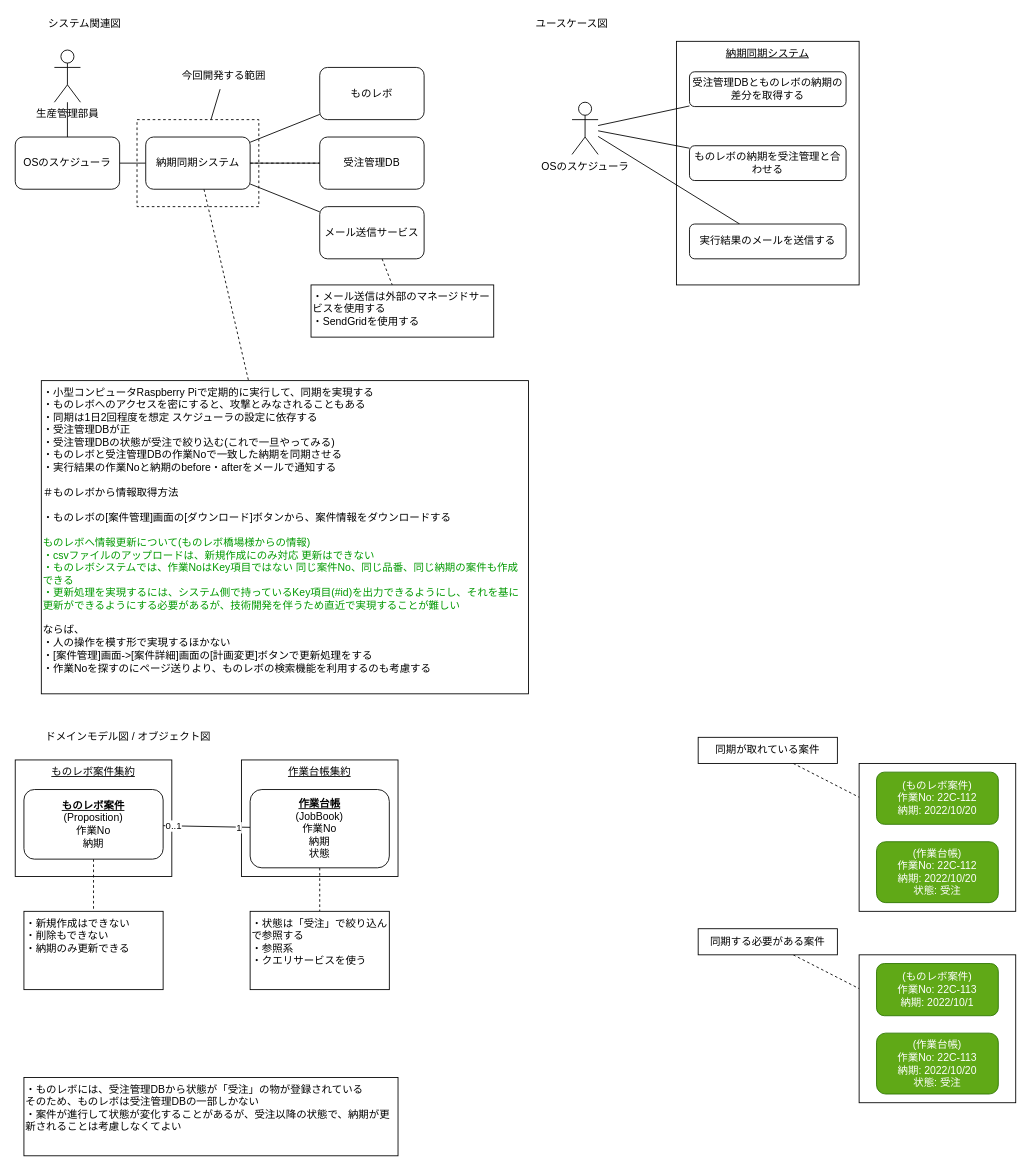
Before: Diagrams/sudoDiagram.drawio in Matazoro-Kemtari/SynchronizeMonorevoDeliveryDates, a draw.io diagram. Source tidied: cells renumbered, new cells numbered last; positions are measured from the earlier drawing's top-left corner, leaving out a move shared by most shapes. Both pictures are drawn from the tidied source at 87%, with x=0, y=0 at pixel (15, 15).
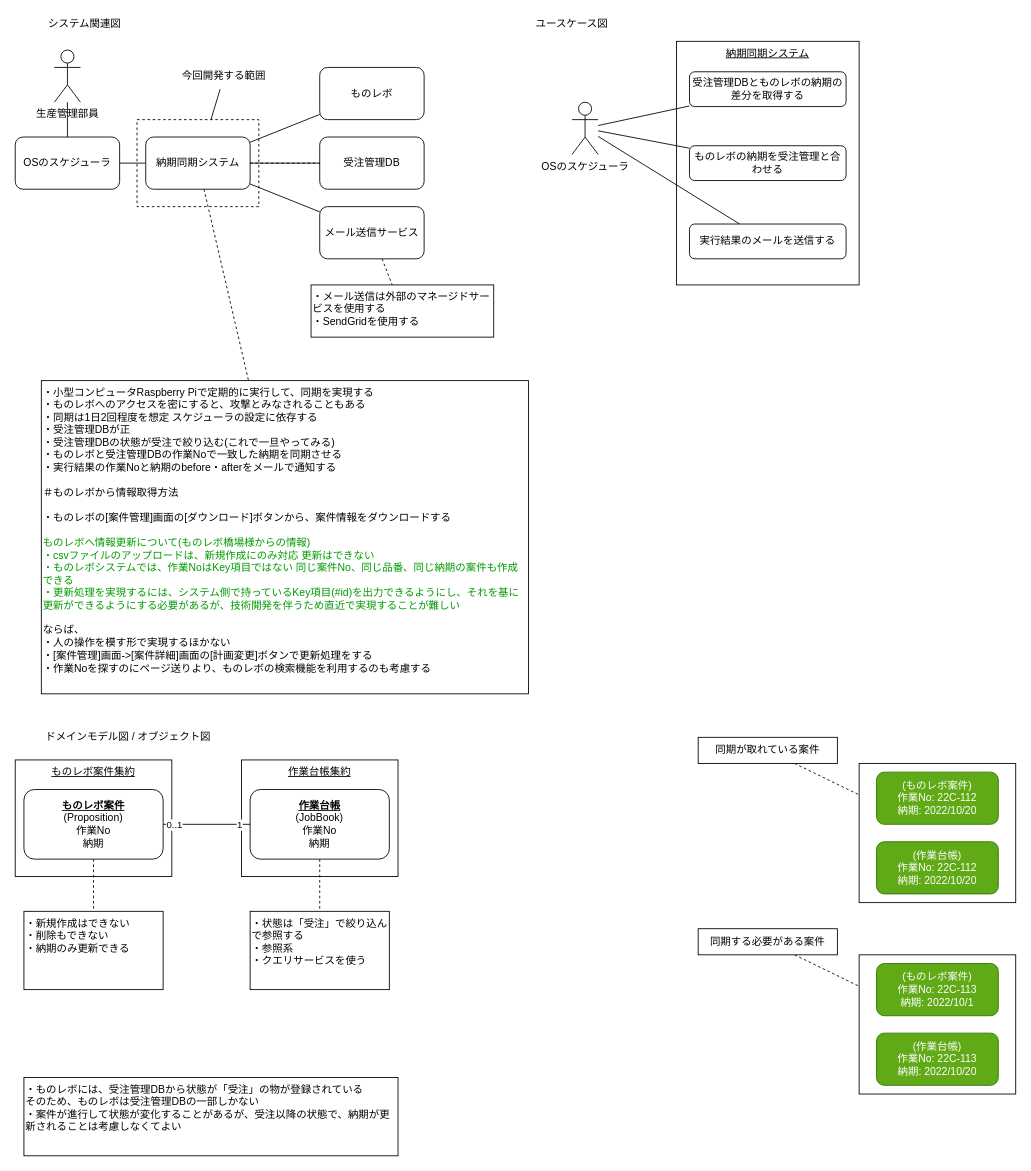
Above is the later version.

Change to the diagram source:
```diff
@@
     <mxCell id="4" style="rounded=0;whiteSpace=wrap;html=1;fontColor=#009900;" parent="1" vertex="1">
-      <mxGeometry x="970" y="860" width="180" height="170" as="geometry" />
+      <mxGeometry x="970" y="860" width="180" height="160" as="geometry" />
     </mxCell>
@@
-    <mxCell id="26" value="(作業台帳)&lt;br&gt;作業No: 22C-112&lt;br&gt;納期: 2022/10/20&lt;br&gt;状態: 受注" style="rounded=1;whiteSpace=wrap;html=1;verticalAlign=middle;align=center;fillColor=#60a917;strokeColor=#2D7600;fontColor=#ffffff;" parent="1" vertex="1">
-      <mxGeometry x="990" y="950" width="140" height="70" as="geometry" />
+    <mxCell id="26" value="(作業台帳)&lt;br&gt;作業No: 22C-112&lt;br&gt;納期: 2022/10/20" style="rounded=1;whiteSpace=wrap;html=1;verticalAlign=middle;align=center;fillColor=#60a917;strokeColor=#2D7600;fontColor=#ffffff;" parent="1" vertex="1">
+      <mxGeometry x="990" y="950" width="140" height="60" as="geometry" />
     </mxCell>
@@
-    <mxCell id="43" value="&lt;u&gt;&lt;b&gt;作業台帳&lt;br&gt;&lt;/b&gt;&lt;/u&gt;(JobBook)&lt;br&gt;作業No&lt;br&gt;納期&lt;br&gt;状態" style="rounded=1;whiteSpace=wrap;html=1;verticalAlign=middle;align=center;" parent="1" vertex="1">
-      <mxGeometry x="270" y="890" width="160" height="90" as="geometry" />
+    <mxCell id="43" value="&lt;u&gt;&lt;b&gt;作業台帳&lt;br&gt;&lt;/b&gt;&lt;/u&gt;(JobBook)&lt;br&gt;作業No&lt;br&gt;納期" style="rounded=1;whiteSpace=wrap;html=1;verticalAlign=middle;align=center;" parent="1" vertex="1">
+      <mxGeometry x="270" y="890" width="160" height="80" as="geometry" />
     </mxCell>
@@
     <mxCell id="46" style="rounded=0;whiteSpace=wrap;html=1;fontColor=#009900;" parent="1" vertex="1">
-      <mxGeometry x="970" y="1080" width="180" height="170" as="geometry" />
+      <mxGeometry x="970" y="1080" width="180" height="160" as="geometry" />
     </mxCell>
@@
-    <mxCell id="48" value="(作業台帳)&lt;br&gt;作業No: 22C-113&lt;br&gt;納期: 2022/10/20&lt;br&gt;状態: 受注" style="rounded=1;whiteSpace=wrap;html=1;verticalAlign=middle;align=center;fillColor=#60a917;strokeColor=#2D7600;fontColor=#ffffff;" parent="1" vertex="1">
-      <mxGeometry x="990" y="1170" width="140" height="70" as="geometry" />
+    <mxCell id="48" value="(作業台帳)&lt;br&gt;作業No: 22C-113&lt;br&gt;納期: 2022/10/20" style="rounded=1;whiteSpace=wrap;html=1;verticalAlign=middle;align=center;fillColor=#60a917;strokeColor=#2D7600;fontColor=#ffffff;" parent="1" vertex="1">
+      <mxGeometry x="990" y="1170" width="140" height="60" as="geometry" />
     </mxCell>
```
